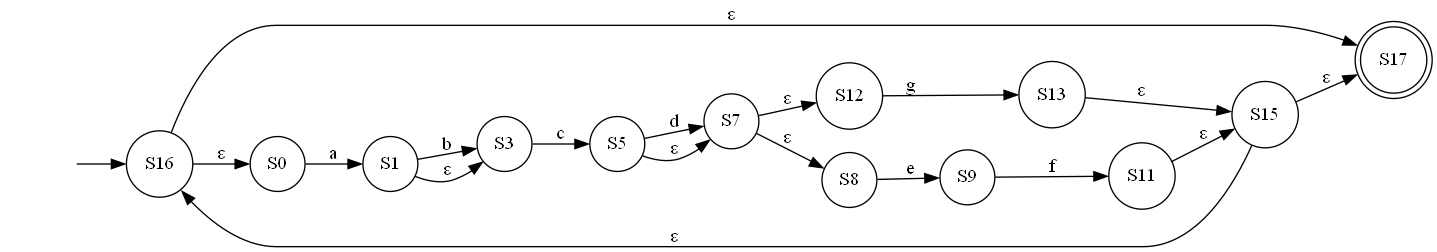
youssefhassan01/Compilers_Assignment keeps this Graphviz diagram as NFA.gv.png. Above is the earlier version. Its source is kept beside it as NFA.gv. Its diagram source:
```dot
digraph NFA {
	graph [rankdir=LR]
	"" [label="" shape=plaintext]
	S17 [label=S17 shape=doublecircle]
	S11 [label=S11 shape=circle]
	S5 [label=S5 shape=circle]
	S16 [label=S16 shape=circle]
	S3 [label=S3 shape=circle]
	S0 [label=S0 shape=circle]
	S15 [label=S15 shape=circle]
	S13 [label=S13 shape=circle]
	S1 [label=S1 shape=circle]
	S12 [label=S12 shape=circle]
	S7 [label=S7 shape=circle]
	S9 [label=S9 shape=circle]
	S8 [label=S8 shape=circle]
	"" -> S16 [label=""]
	S0 -> S1 [label=a]
	S1 -> S3 [label=b]
	S1 -> S3 [label="ε"]
	S3 -> S5 [label=c]
	S5 -> S7 [label=d]
	S5 -> S7 [label="ε"]
	S7 -> S12 [label="ε"]
	S7 -> S8 [label="ε"]
	S8 -> S9 [label=e]
	S9 -> S11 [label=f]
	S11 -> S15 [label="ε"]
	S12 -> S13 [label=g]
	S13 -> S15 [label="ε"]
	S15 -> S16 [label="ε"]
	S15 -> S17 [label="ε"]
	S16 -> S0 [label="ε"]
	S16 -> S17 [label="ε"]
}
```
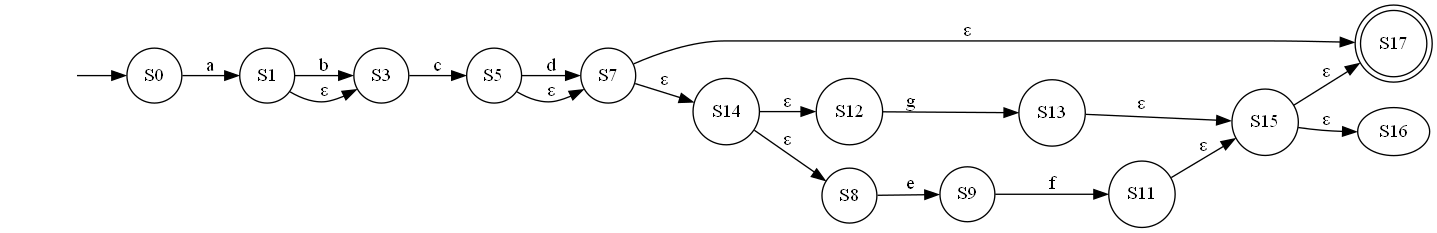
After the change.

Diff of the diagram source:
```diff
@@ -2,34 +2,34 @@
 	graph [rankdir=LR]
 	"" [label="" shape=plaintext]
 	S17 [label=S17 shape=doublecircle]
+	S1 [label=S1 shape=circle]
+	S3 [label=S3 shape=circle]
+	S14 [label=S14 shape=circle]
 	S11 [label=S11 shape=circle]
-	S5 [label=S5 shape=circle]
-	S16 [label=S16 shape=circle]
-	S3 [label=S3 shape=circle]
+	S13 [label=S13 shape=circle]
+	S9 [label=S9 shape=circle]
 	S0 [label=S0 shape=circle]
-	S15 [label=S15 shape=circle]
-	S13 [label=S13 shape=circle]
-	S1 [label=S1 shape=circle]
 	S12 [label=S12 shape=circle]
 	S7 [label=S7 shape=circle]
-	S9 [label=S9 shape=circle]
+	S15 [label=S15 shape=circle]
+	S5 [label=S5 shape=circle]
 	S8 [label=S8 shape=circle]
-	"" -> S16 [label=""]
+	"" -> S0 [label=""]
 	S0 -> S1 [label=a]
 	S1 -> S3 [label=b]
 	S1 -> S3 [label="ε"]
 	S3 -> S5 [label=c]
 	S5 -> S7 [label=d]
 	S5 -> S7 [label="ε"]
-	S7 -> S12 [label="ε"]
-	S7 -> S8 [label="ε"]
+	S7 -> S17 [label="ε"]
+	S7 -> S14 [label="ε"]
 	S8 -> S9 [label=e]
 	S9 -> S11 [label=f]
 	S11 -> S15 [label="ε"]
 	S12 -> S13 [label=g]
 	S13 -> S15 [label="ε"]
+	S14 -> S12 [label="ε"]
+	S14 -> S8 [label="ε"]
 	S15 -> S16 [label="ε"]
 	S15 -> S17 [label="ε"]
-	S16 -> S0 [label="ε"]
-	S16 -> S17 [label="ε"]
 }
```
